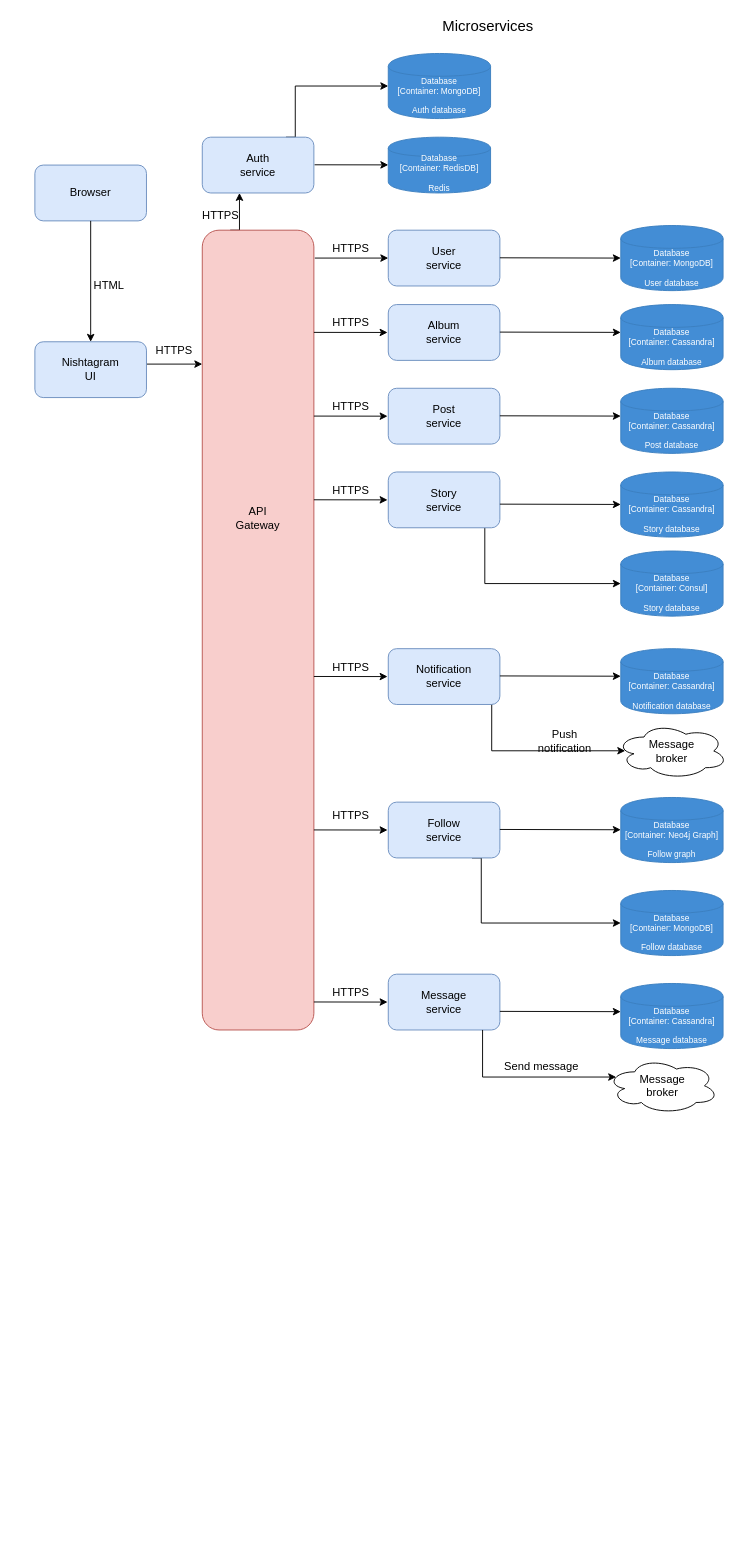
XML-BSEP/Nishtagram keeps this draw.io diagram as CommunicationDiagrams/Architecture Diagram.drawio. Above is the earlier version. Source tidied: cells renumbered, new cells numbered last; positions are measured from the earlier drawing's top-left corner, leaving out a move shared by most shapes. Both pictures are drawn from the tidied source at 93%, with x=0, y=0 at pixel (34, 16).
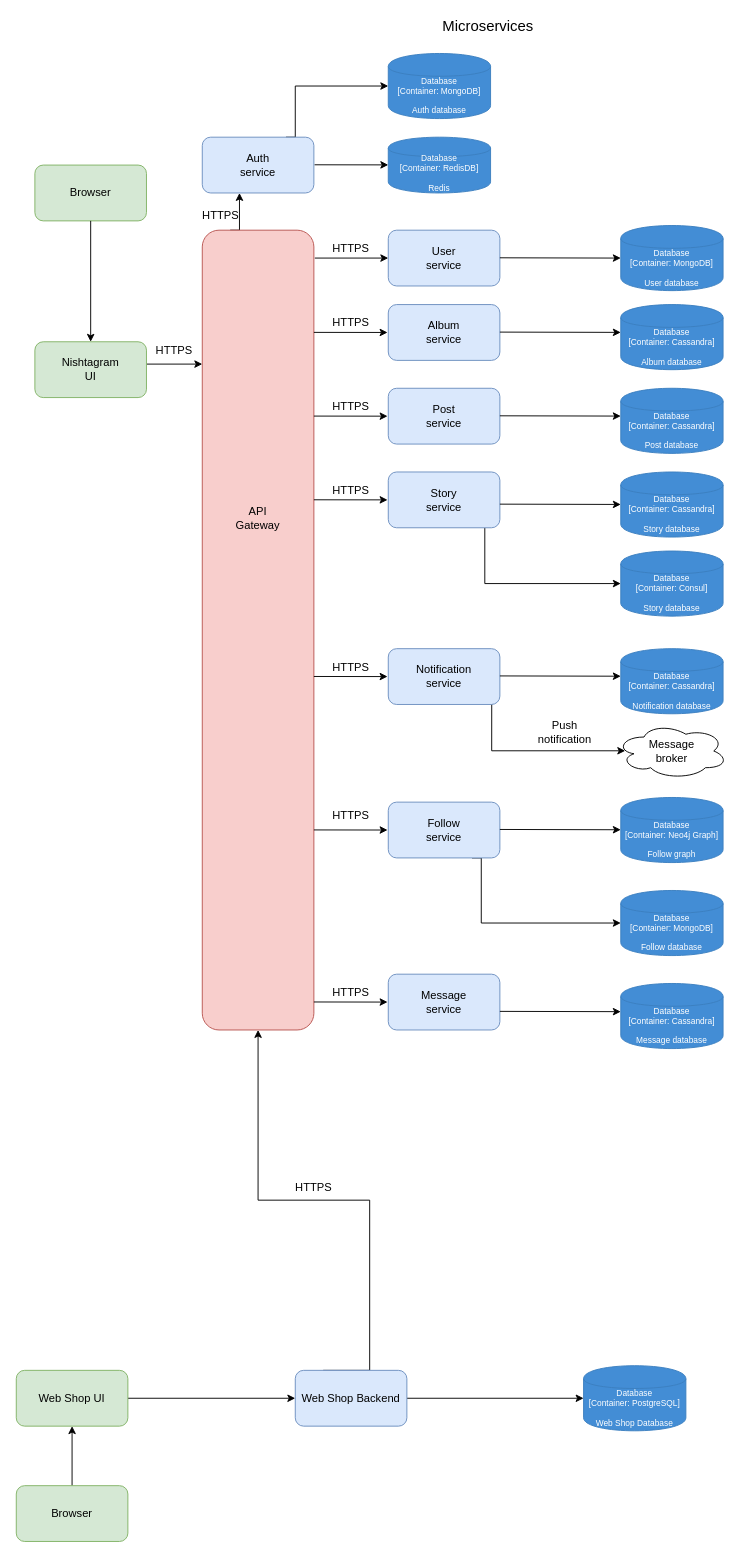
Above is the later version.

The edit, as a diff of the source:
```diff
@@
-    <mxCell id="5" style="rounded=1;whiteSpace=wrap;html=1;fillColor=#dae8fc;strokeColor=#6c8ebf;" parent="1" vertex="1">
+    <mxCell id="5" style="rounded=1;whiteSpace=wrap;html=1;fillColor=#d5e8d4;strokeColor=#82b366;" parent="1" vertex="1">
       <mxGeometry y="160" width="120" height="60" as="geometry" />
     </mxCell>
@@
-    <mxCell id="8" style="rounded=1;whiteSpace=wrap;html=1;fillColor=#dae8fc;strokeColor=#6c8ebf;" parent="1" vertex="1">
+    <mxCell id="8" style="rounded=1;whiteSpace=wrap;html=1;fillColor=#d5e8d4;strokeColor=#82b366;" parent="1" vertex="1">
       <mxGeometry y="350" width="120" height="60" as="geometry" />
     </mxCell>
@@
-    <mxCell id="11" value="HTML" style="text;html=1;strokeColor=none;fillColor=none;align=center;verticalAlign=middle;whiteSpace=wrap;rounded=0;" parent="1" vertex="1">
-      <mxGeometry x="60" y="280" width="40" height="20" as="geometry" />
-    </mxCell>
@@
     <mxCell id="59" value="Push notification" style="text;html=1;strokeColor=none;fillColor=none;align=center;verticalAlign=middle;whiteSpace=wrap;rounded=0;" parent="1" vertex="1">
-      <mxGeometry x="525" y="770" width="90" height="20" as="geometry" />
+      <mxGeometry x="525" y="760" width="90" height="20" as="geometry" />
     </mxCell>
@@
-    <mxCell id="61" style="ellipse;shape=cloud;whiteSpace=wrap;html=1;" parent="1" vertex="1">
-      <mxGeometry x="615" y="1120" width="120" height="60" as="geometry" />
-    </mxCell>
@@
-    <mxCell id="63" style="edgeStyle=orthogonalEdgeStyle;rounded=0;orthogonalLoop=1;jettySize=auto;html=1;exitX=0.927;exitY=0.986;exitDx=0;exitDy=0;entryX=0.065;entryY=0.496;entryDx=0;entryDy=0;entryPerimeter=0;exitPerimeter=0;" parent="1" edge="1">
-      <mxGeometry relative="1" as="geometry">
-        <mxPoint x="481.4" y="1090" as="sourcePoint" />
-        <mxPoint x="625" y="1140.6" as="targetPoint" />
-        <Array as="points">
-          <mxPoint x="481.2" y="1140.8" />
-        </Array>
-      </mxGeometry>
-    </mxCell>
-    <mxCell id="64" value="Send message" style="text;html=1;strokeColor=none;fillColor=none;align=center;verticalAlign=middle;whiteSpace=wrap;rounded=0;" parent="1" vertex="1">
-      <mxGeometry x="500" y="1120" width="90" height="20" as="geometry" />
-    </mxCell>
@@
-    <mxCell id="66" value="Message broker" style="text;html=1;strokeColor=none;fillColor=none;align=center;verticalAlign=middle;whiteSpace=wrap;rounded=0;" parent="1" vertex="1">
-      <mxGeometry x="635" y="1140" width="80" height="20" as="geometry" />
-    </mxCell>
@@
+    <mxCell id="75" style="edgeStyle=orthogonalEdgeStyle;rounded=0;jettySize=auto;html=1;" parent="1" edge="1" source="76" target="78">
+      <mxGeometry relative="1" as="geometry" />
+    </mxCell>
+    <mxCell id="76" value="Browser" style="rounded=1;whiteSpace=wrap;html=1;fillColor=#d5e8d4;strokeColor=#82b366;" parent="1" vertex="1">
+      <mxGeometry x="-20" y="1580" width="120" height="60" as="geometry" />
+    </mxCell>
+    <mxCell id="77" style="edgeStyle=orthogonalEdgeStyle;rounded=0;jettySize=auto;html=1;exitX=1;exitY=0.5;exitDx=0;exitDy=0;entryX=0;entryY=0.5;entryDx=0;entryDy=0;" parent="1" edge="1" source="78" target="81">
+      <mxGeometry relative="1" as="geometry" />
+    </mxCell>
+    <mxCell id="78" value="Web Shop UI" style="rounded=1;whiteSpace=wrap;html=1;fillColor=#d5e8d4;strokeColor=#82b366;" parent="1" vertex="1">
+      <mxGeometry x="-20" y="1456" width="120" height="60" as="geometry" />
+    </mxCell>
+    <mxCell id="79" style="edgeStyle=orthogonalEdgeStyle;rounded=0;jettySize=auto;html=1;exitX=1;exitY=0.5;exitDx=0;exitDy=0;entryX=0;entryY=0.5;entryDx=0;entryDy=0;entryPerimeter=0;" parent="1" edge="1" source="81" target="82">
+      <mxGeometry relative="1" as="geometry" />
+    </mxCell>
+    <mxCell id="80" style="edgeStyle=orthogonalEdgeStyle;rounded=0;jettySize=auto;html=1;exitX=0.25;exitY=0;exitDx=0;exitDy=0;" parent="1" edge="1" source="81">
+      <mxGeometry relative="1" as="geometry">
+        <mxPoint x="240" y="1090" as="targetPoint" />
+        <Array as="points">
+          <mxPoint x="360" y="1456" />
+          <mxPoint x="360" y="1273" />
+          <mxPoint x="240" y="1273" />
+          <mxPoint x="240" y="1090" />
+        </Array>
+      </mxGeometry>
+    </mxCell>
+    <mxCell id="81" value="Web Shop Backend" style="rounded=1;whiteSpace=wrap;html=1;fillColor=#dae8fc;strokeColor=#6c8ebf;" parent="1" vertex="1">
+      <mxGeometry x="280" y="1456" width="120" height="60" as="geometry" />
+    </mxCell>
+    <object id="82" label="%c4Type%&lt;div&gt;[Container:&amp;nbsp;%c4Technology%]&lt;/div&gt;&lt;br&gt;&lt;div&gt;%c4Description%&lt;/div&gt;" c4Description="Web Shop Database" c4Technology="PostgreSQL" c4Type="Database" placeholders="1">
+      <mxCell style="shape=cylinder;whiteSpace=wrap;html=1;boundedLbl=1;rounded=0;labelBackgroundColor=none;fillColor=#438DD5;fontSize=9;fontColor=#ffffff;align=center;strokeColor=#3C7FC0;points=[[0.5,0,0],[1,0.25,0],[1,0.5,0],[1,0.75,0],[0.5,1,0],[0,0.75,0],[0,0.5,0],[0,0.25,0]];metaData={&quot;c4Type&quot;:{&quot;editable&quot;:false}};" parent="1" vertex="1">
+        <mxGeometry x="590" y="1451" width="110" height="70" as="geometry" />
+      </mxCell>
+    </object>
+    <mxCell id="83" value="HTTPS" style="text;html=1;strokeColor=none;fillColor=none;align=center;verticalAlign=middle;whiteSpace=wrap;rounded=0;" parent="1" vertex="1">
+      <mxGeometry x="280" y="1250" width="40" height="20" as="geometry" />
+    </mxCell>
```
